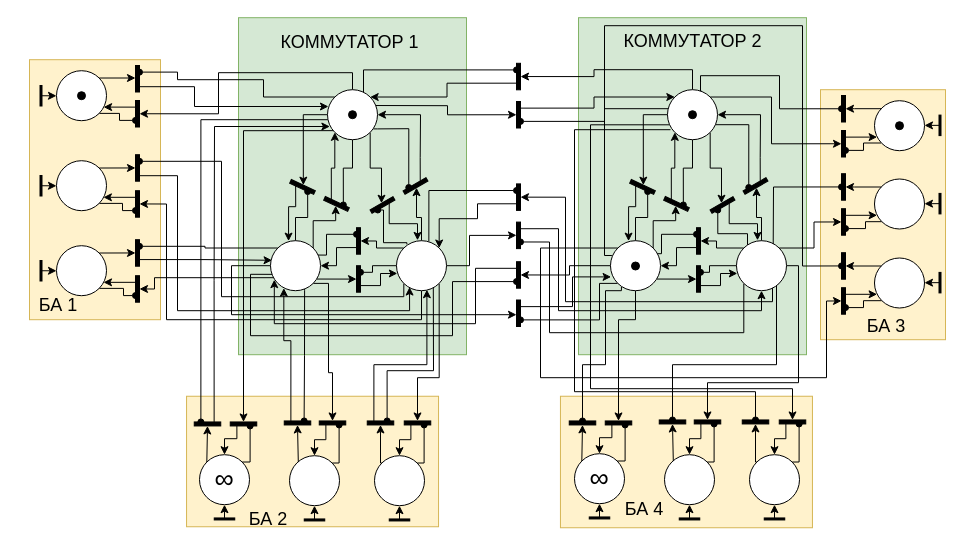
Earlier version of the draw.io diagram page "ВИ 1" (7 of 7) of logic.drawio (sadsackk/STP-ISS-analyzer). Source tidied: cells renumbered, new cells numbered last; positions are measured from the earlier drawing's top-left corner, leaving out a move shared by most shapes. Both pictures are drawn from the tidied source at 100%, with x=0, y=0 at pixel (17, 17).
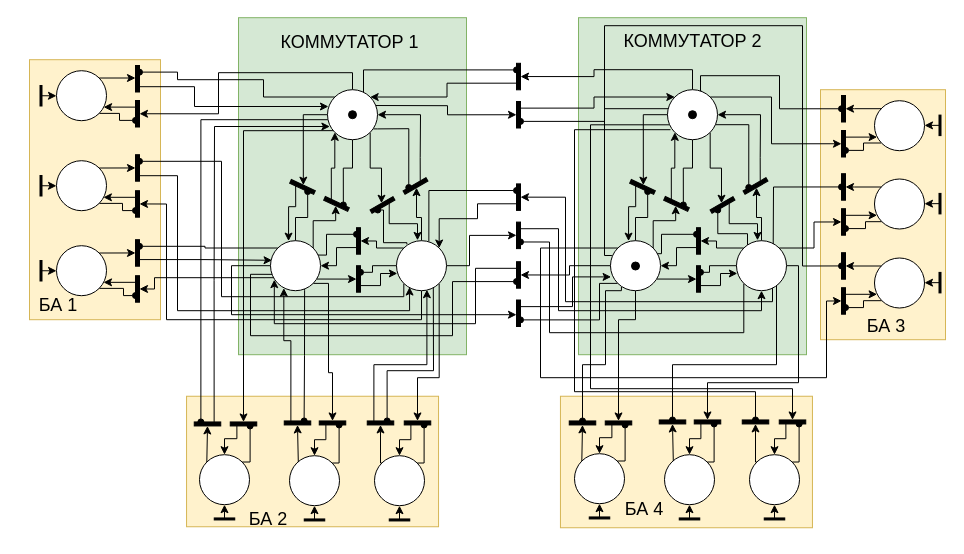
The same page after the edit.

Change to the diagram source:
```diff
@@
-    <mxCell id="224" style="ellipse;whiteSpace=wrap;html=1;fillColor=#000000;" parent="1" vertex="1">
-      <mxGeometry x="60" y="74.2" width="8" height="8" as="geometry" />
-    </mxCell>
-    <mxCell id="225" style="ellipse;whiteSpace=wrap;html=1;fillColor=#000000;" parent="1" vertex="1">
-      <mxGeometry x="878" y="104.2" width="8" height="8" as="geometry" />
-    </mxCell>
@@
-    <mxCell id="229" value="&lt;font style=&quot;font-size: 27px;&quot;&gt;&lt;br&gt;&lt;span class=&quot;ILfuVd&quot;&gt;&lt;span class=&quot;hgKElc&quot;&gt;∞&lt;/span&gt;&lt;/span&gt;&lt;br&gt;&lt;br&gt;&lt;/font&gt;" style="text;html=1;strokeColor=none;fillColor=none;align=center;verticalAlign=middle;whiteSpace=wrap;rounded=0;" parent="1" vertex="1">
-      <mxGeometry x="552" y="446.2" width="60" height="30" as="geometry" />
-    </mxCell>
-    <mxCell id="230" value="&lt;font style=&quot;font-size: 27px;&quot;&gt;&lt;br&gt;&lt;span class=&quot;ILfuVd&quot;&gt;&lt;span class=&quot;hgKElc&quot;&gt;∞&lt;/span&gt;&lt;/span&gt;&lt;br&gt;&lt;br&gt;&lt;/font&gt;" style="text;html=1;strokeColor=none;fillColor=none;align=center;verticalAlign=middle;whiteSpace=wrap;rounded=0;" parent="1" vertex="1">
-      <mxGeometry x="177" y="447.2" width="60" height="30" as="geometry" />
-    </mxCell>
```
